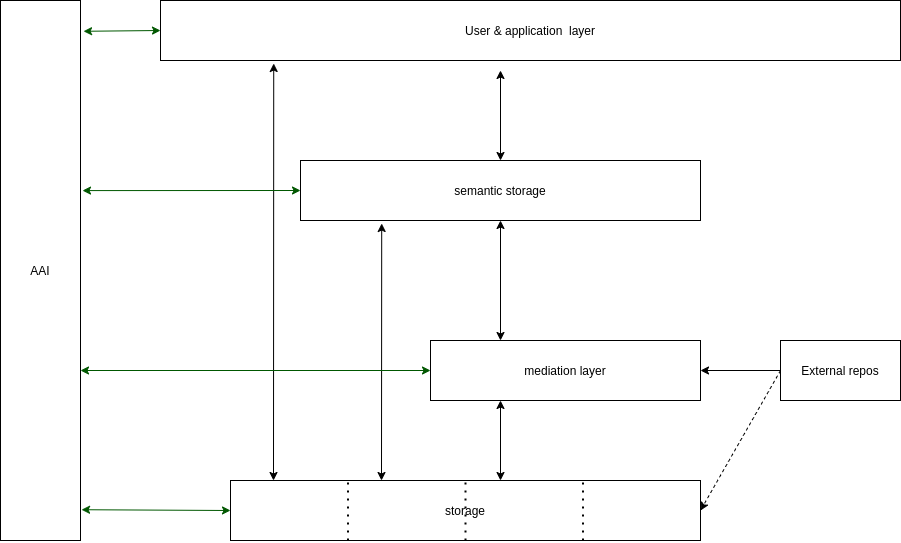
Earlier version of the draw.io export images/RDCConcept.png (ArunaStorage/documentation). Source tidied: cells renumbered, new cells last; positions are measured from the earlier drawing's top-left corner, leaving out a move shared by most shapes.
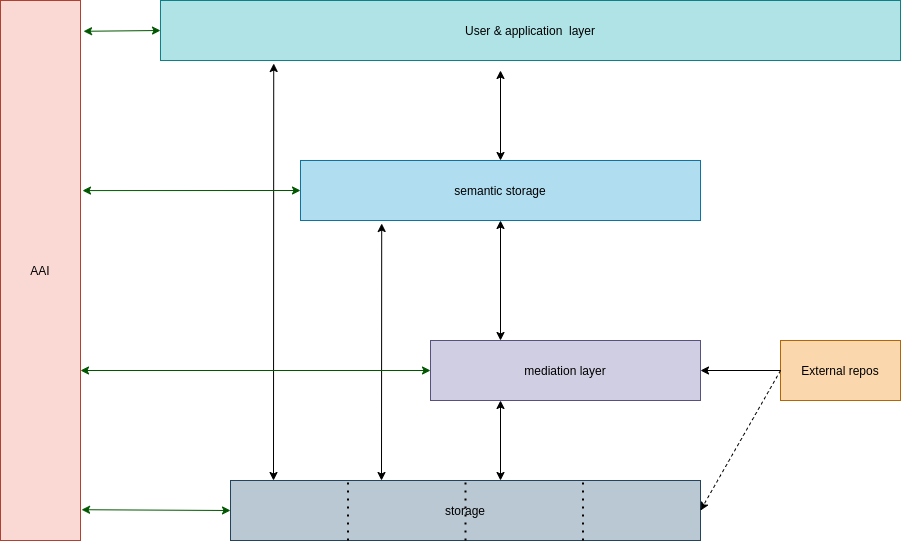
Later version of the same file.

Change to the diagram source:
```diff
@@ -2,7 +2,7 @@
   <root>
     <mxCell id="0" />
     <mxCell id="1" parent="0" />
-    <mxCell id="2" value="storage" style="rounded=0;whiteSpace=wrap;html=1;" parent="1" vertex="1">
+    <mxCell id="2" value="storage" style="rounded=0;whiteSpace=wrap;html=1;fillColor=#bac8d3;strokeColor=#23445d;" parent="1" vertex="1">
       <mxGeometry x="230" y="480" width="470" height="60" as="geometry" />
     </mxCell>
     <mxCell id="3" style="endArrow=none;dashed=1;html=1;dashPattern=1 3;strokeWidth=2;exitX=0.25;exitY=1;exitDx=0;exitDy=0;entryX=0.25;entryY=0;entryDx=0;entryDy=0;" parent="1" edge="1" source="2" target="2">
@@ -14,10 +14,10 @@
     <mxCell id="5" style="endArrow=none;dashed=1;html=1;dashPattern=1 3;strokeWidth=2;exitX=0.75;exitY=1;exitDx=0;exitDy=0;entryX=0.75;entryY=0;entryDx=0;entryDy=0;" parent="1" edge="1" source="2" target="2">
       <mxGeometry relative="1" as="geometry" />
     </mxCell>
-    <mxCell id="6" value="mediation layer" style="rounded=0;whiteSpace=wrap;html=1;" parent="1" vertex="1">
+    <mxCell id="6" value="mediation layer" style="rounded=0;whiteSpace=wrap;html=1;fillColor=#d0cee2;strokeColor=#56517e;" parent="1" vertex="1">
       <mxGeometry x="430" y="340" width="270" height="60" as="geometry" />
     </mxCell>
-    <mxCell id="7" value="External repos" style="rounded=0;whiteSpace=wrap;html=1;" parent="1" vertex="1">
+    <mxCell id="7" value="External repos" style="rounded=0;whiteSpace=wrap;html=1;fillColor=#fad7ac;strokeColor=#b46504;" parent="1" vertex="1">
       <mxGeometry x="780" y="340" width="120" height="60" as="geometry" />
     </mxCell>
     <mxCell id="8" style="endArrow=classic;html=1;exitX=0;exitY=0.5;exitDx=0;exitDy=0;entryX=1;entryY=0.5;entryDx=0;entryDy=0;" parent="1" edge="1" source="7" target="6">
@@ -32,7 +32,7 @@
     <mxCell id="10" style="endArrow=classic;html=1;exitX=0;exitY=0.5;exitDx=0;exitDy=0;entryX=1;entryY=0.5;entryDx=0;entryDy=0;dashed=1;" parent="1" edge="1" source="7" target="2">
       <mxGeometry relative="1" as="geometry" />
     </mxCell>
-    <mxCell id="11" value="User &amp;amp; application&amp;nbsp; layer" style="rounded=0;whiteSpace=wrap;html=1;" parent="1" vertex="1">
+    <mxCell id="11" value="User &amp;amp; application&amp;nbsp; layer" style="rounded=0;whiteSpace=wrap;html=1;fillColor=#b0e3e6;strokeColor=#0e8088;" parent="1" vertex="1">
       <mxGeometry x="160" width="740" height="60" as="geometry" />
     </mxCell>
     <mxCell id="12" style="endArrow=classic;startArrow=classic;html=1;entryX=0.153;entryY=1.05;entryDx=0;entryDy=0;entryPerimeter=0;" parent="1" edge="1" target="11">
@@ -40,7 +40,7 @@
         <mxPoint x="273" y="480" as="sourcePoint" />
       </mxGeometry>
     </mxCell>
-    <mxCell id="13" value="semantic storage" style="rounded=0;whiteSpace=wrap;html=1;" parent="1" vertex="1">
+    <mxCell id="13" value="semantic storage" style="rounded=0;whiteSpace=wrap;html=1;fillColor=#b1ddf0;strokeColor=#10739e;" parent="1" vertex="1">
       <mxGeometry x="300" y="160" width="400" height="60" as="geometry" />
     </mxCell>
     <mxCell id="14" style="endArrow=classic;startArrow=classic;html=1;entryX=0.5;entryY=1;entryDx=0;entryDy=0;" parent="1" edge="1" target="13">
@@ -58,7 +58,7 @@
         <mxPoint x="381" y="480" as="sourcePoint" />
       </mxGeometry>
     </mxCell>
-    <mxCell id="17" value="AAI" style="rounded=0;whiteSpace=wrap;html=1;" parent="1" vertex="1">
+    <mxCell id="17" value="AAI" style="rounded=0;whiteSpace=wrap;html=1;fillColor=#fad9d5;strokeColor=#ae4132;" parent="1" vertex="1">
       <mxGeometry width="80" height="540" as="geometry" />
     </mxCell>
     <mxCell id="18" style="endArrow=classic;startArrow=classic;html=1;exitX=1.038;exitY=0.057;exitDx=0;exitDy=0;exitPerimeter=0;entryX=0;entryY=0.5;entryDx=0;entryDy=0;fillColor=#008a00;strokeColor=#005700;" parent="1" edge="1" source="17" target="11">
```
